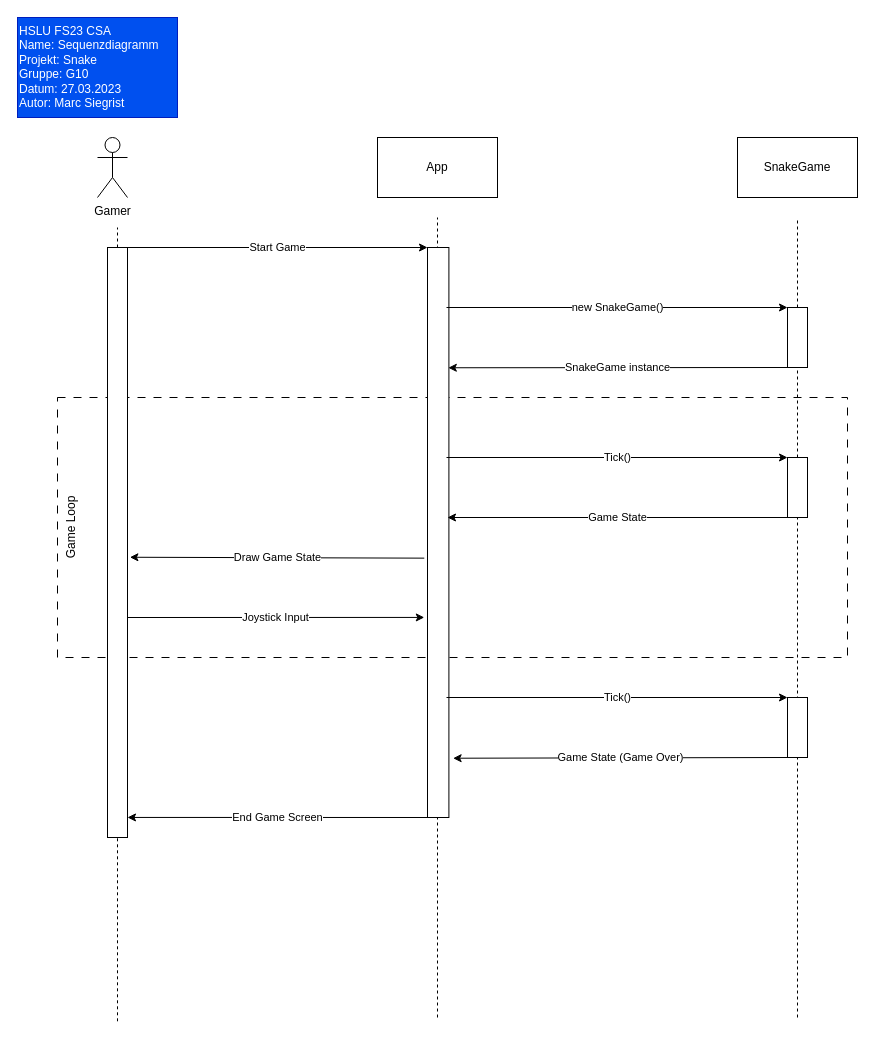
This is page "Sequenz" (1 of 2) of docs/Snake.drawio from MSiegrist/pi-snake, a draw.io file, before an edit. Source tidied: cells renumbered, new cells numbered last; positions are measured from the earlier drawing's top-left corner, leaving out a move shared by most shapes. Both pictures are drawn from the tidied source at 100%, with x=0, y=0 at pixel (17, 17).
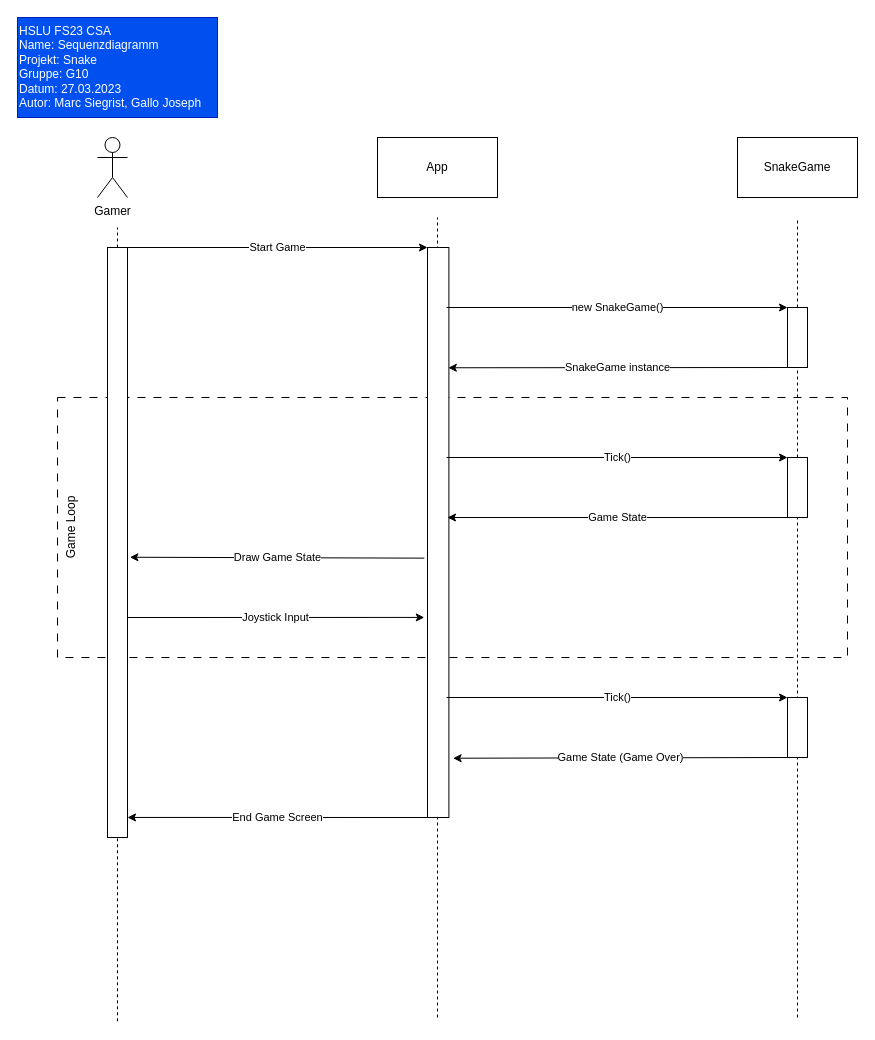
The same diagram, later.

The edit, as a diff of the source:
```diff
@@
-    <mxCell id="3" value="HSLU FS23 CSA&lt;br&gt;Name: Sequenzdiagramm&lt;br&gt;Projekt: Snake&lt;br&gt;Gruppe: G10&lt;br&gt;Datum: 27.03.2023&lt;br&gt;Autor: Marc Siegrist" style="rounded=0;whiteSpace=wrap;html=1;fillStyle=auto;fillColor=#0050ef;fontColor=#ffffff;strokeColor=#001DBC;align=left;verticalAlign=top;" parent="1" vertex="1">
-      <mxGeometry width="160" height="100" as="geometry" />
+    <mxCell id="3" value="HSLU FS23 CSA&lt;br&gt;Name: Sequenzdiagramm&lt;br&gt;Projekt: Snake&lt;br&gt;Gruppe: G10&lt;br&gt;Datum: 27.03.2023&lt;br&gt;Autor: Marc Siegrist,&amp;nbsp;Gallo Joseph" style="rounded=0;whiteSpace=wrap;html=1;fillStyle=auto;fillColor=#0050ef;fontColor=#ffffff;strokeColor=#001DBC;align=left;verticalAlign=top;" parent="1" vertex="1">
+      <mxGeometry width="200" height="100" as="geometry" />
     </mxCell>
```
